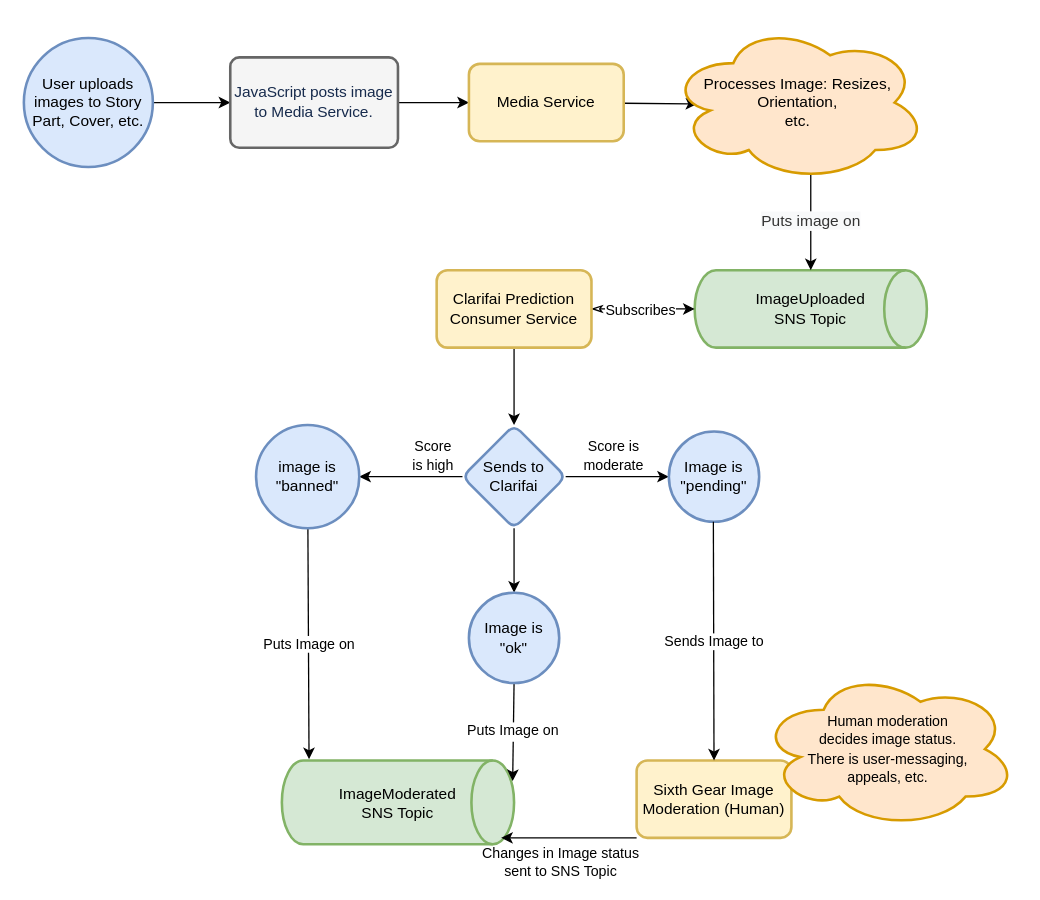
ronanwp/ConfluenceDiagrams keeps this draw.io diagram as PartImageUploadFlow.drawio. Above is the earlier version. Source tidied: cells renumbered, new cells numbered last; positions are measured from the earlier drawing's top-left corner, leaving out a move shared by most shapes. Both pictures are drawn from the tidied source at 129%, with x=0, y=0 at pixel (23, 23).
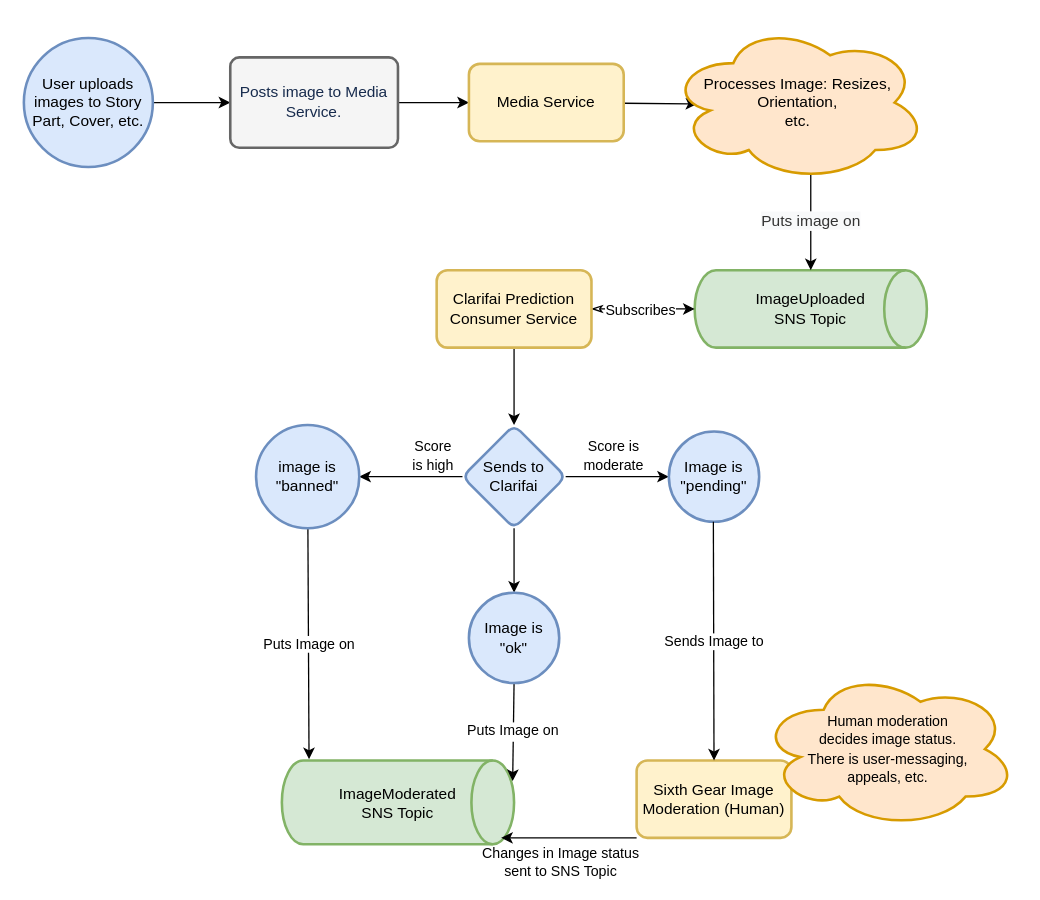
The same page after the edit.

The edit, as a diff of the source:
```diff
@@
-    <mxCell id="5" value="&lt;span style=&quot;font-size: 1em ; letter-spacing: -0.005em ; color: rgb(23 , 43 , 77)&quot;&gt;JavaScript posts image to Media Service.&lt;/span&gt;&lt;font color=&quot;#172b4d&quot;&gt;&lt;span style=&quot;font-size: 14px&quot;&gt;&lt;br&gt;&lt;/span&gt;&lt;/font&gt;" style="rounded=1;whiteSpace=wrap;html=1;absoluteArcSize=1;arcSize=14;strokeWidth=2;fillColor=#f5f5f5;fontColor=#333333;strokeColor=#666666;" parent="1" vertex="1">
+    <mxCell id="5" value="&lt;span style=&quot;font-size: 1em ; letter-spacing: -0.005em ; color: rgb(23 , 43 , 77)&quot;&gt;Posts image to Media Service.&lt;/span&gt;&lt;font color=&quot;#172b4d&quot;&gt;&lt;span style=&quot;font-size: 14px&quot;&gt;&lt;br&gt;&lt;/span&gt;&lt;/font&gt;" style="rounded=1;whiteSpace=wrap;html=1;absoluteArcSize=1;arcSize=14;strokeWidth=2;fillColor=#f5f5f5;fontColor=#333333;strokeColor=#666666;" parent="1" vertex="1">
       <mxGeometry x="160" y="26" width="130" height="70" as="geometry" />
     </mxCell>
```
